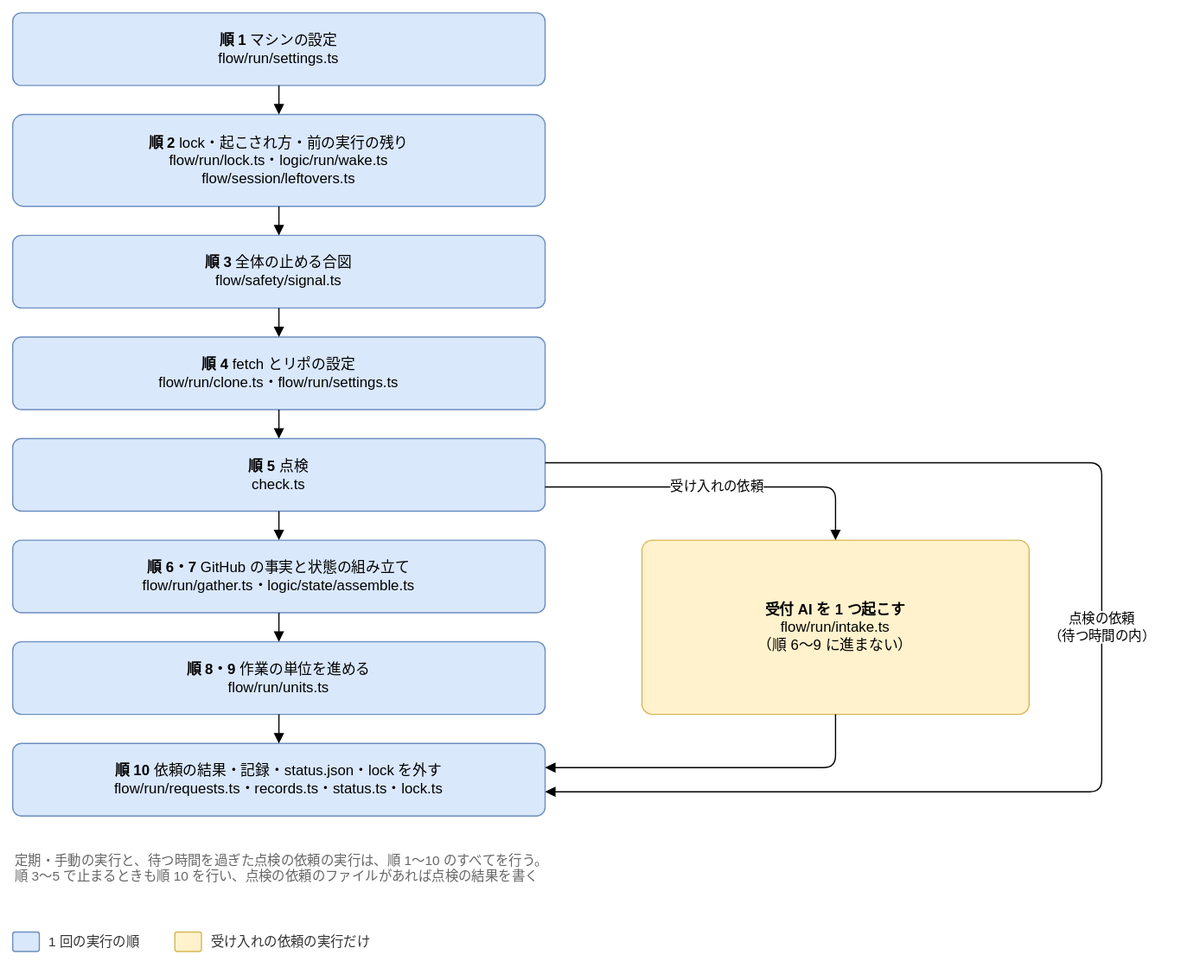
This is docs/design/detailed/diagrams/08-run.drawio.svg from Joymerrevent/dev-autopilot, a draw.io export, as it was before one commit. Source tidied: cells renumbered, new cells last; positions are measured from the earlier drawing's top-left corner, leaving out a move shared by most shapes. The source it was exported from:
```xml
<mxGraphModel background="#ffffff">
  <root>
    <mxCell id="0" />
    <mxCell id="1" parent="0" />
    <mxCell id="2" value="&lt;b&gt;順 1&lt;/b&gt; マシンの設定&lt;br&gt;flow/run/settings.ts" style="rounded=1;whiteSpace=wrap;html=1;fontSize=12;arcSize=12;spacing=12;fillColor=#dae8fc;strokeColor=#6c8ebf;" parent="1" vertex="1">
      <mxGeometry width="440" height="60" as="geometry" />
    </mxCell>
    <mxCell id="3" value="&lt;b&gt;順 2&lt;/b&gt; lock・起こされ方・前の実行の残り&lt;br&gt;flow/run/lock.ts・logic/run/wake.ts&lt;br&gt;flow/session/leftovers.ts" style="rounded=1;whiteSpace=wrap;html=1;fontSize=12;arcSize=12;spacing=12;fillColor=#dae8fc;strokeColor=#6c8ebf;" parent="1" vertex="1">
      <mxGeometry y="84" width="440" height="76" as="geometry" />
    </mxCell>
    <mxCell id="4" style="edgeStyle=orthogonalEdgeStyle;rounded=1;html=1;endArrow=block;endFill=1;fontSize=11;labelBackgroundColor=#ffffff;exitX=0.5;exitY=1;exitDx=0;exitDy=0;entryX=0.5;entryY=0;entryDx=0;entryDy=0;" parent="1" edge="1" source="2" target="3">
      <mxGeometry relative="1" as="geometry" />
    </mxCell>
    <mxCell id="5" value="&lt;b&gt;順 3&lt;/b&gt; 全体の止める合図&lt;br&gt;flow/safety/signal.ts" style="rounded=1;whiteSpace=wrap;html=1;fontSize=12;arcSize=12;spacing=12;fillColor=#dae8fc;strokeColor=#6c8ebf;" parent="1" vertex="1">
      <mxGeometry y="184" width="440" height="60" as="geometry" />
    </mxCell>
    <mxCell id="6" style="edgeStyle=orthogonalEdgeStyle;rounded=1;html=1;endArrow=block;endFill=1;fontSize=11;labelBackgroundColor=#ffffff;exitX=0.5;exitY=1;exitDx=0;exitDy=0;entryX=0.5;entryY=0;entryDx=0;entryDy=0;" parent="1" edge="1" source="3" target="5">
      <mxGeometry relative="1" as="geometry" />
    </mxCell>
    <mxCell id="7" value="&lt;b&gt;順 4&lt;/b&gt; fetch とリポの設定&lt;br&gt;flow/run/clone.ts・flow/run/settings.ts" style="rounded=1;whiteSpace=wrap;html=1;fontSize=12;arcSize=12;spacing=12;fillColor=#dae8fc;strokeColor=#6c8ebf;" parent="1" vertex="1">
      <mxGeometry y="268" width="440" height="60" as="geometry" />
    </mxCell>
    <mxCell id="8" style="edgeStyle=orthogonalEdgeStyle;rounded=1;html=1;endArrow=block;endFill=1;fontSize=11;labelBackgroundColor=#ffffff;exitX=0.5;exitY=1;exitDx=0;exitDy=0;entryX=0.5;entryY=0;entryDx=0;entryDy=0;" parent="1" edge="1" source="5" target="7">
      <mxGeometry relative="1" as="geometry" />
    </mxCell>
    <mxCell id="9" value="&lt;b&gt;順 5&lt;/b&gt; 点検&lt;br&gt;check.ts" style="rounded=1;whiteSpace=wrap;html=1;fontSize=12;arcSize=12;spacing=12;fillColor=#dae8fc;strokeColor=#6c8ebf;" parent="1" vertex="1">
      <mxGeometry y="352" width="440" height="60" as="geometry" />
    </mxCell>
    <mxCell id="10" style="edgeStyle=orthogonalEdgeStyle;rounded=1;html=1;endArrow=block;endFill=1;fontSize=11;labelBackgroundColor=#ffffff;exitX=0.5;exitY=1;exitDx=0;exitDy=0;entryX=0.5;entryY=0;entryDx=0;entryDy=0;" parent="1" edge="1" source="7" target="9">
      <mxGeometry relative="1" as="geometry" />
    </mxCell>
    <mxCell id="11" value="&lt;b&gt;順 6・7&lt;/b&gt; GitHub の事実と状態の組み立て&lt;br&gt;flow/run/gather.ts・logic/state/assemble.ts" style="rounded=1;whiteSpace=wrap;html=1;fontSize=12;arcSize=12;spacing=12;fillColor=#dae8fc;strokeColor=#6c8ebf;" parent="1" vertex="1">
      <mxGeometry y="436" width="440" height="60" as="geometry" />
    </mxCell>
    <mxCell id="12" style="edgeStyle=orthogonalEdgeStyle;rounded=1;html=1;endArrow=block;endFill=1;fontSize=11;labelBackgroundColor=#ffffff;exitX=0.5;exitY=1;exitDx=0;exitDy=0;entryX=0.5;entryY=0;entryDx=0;entryDy=0;" parent="1" edge="1" source="9" target="11">
      <mxGeometry relative="1" as="geometry" />
    </mxCell>
    <mxCell id="13" value="&lt;b&gt;順 8・9&lt;/b&gt; 作業の単位を進める&lt;br&gt;flow/run/units.ts" style="rounded=1;whiteSpace=wrap;html=1;fontSize=12;arcSize=12;spacing=12;fillColor=#dae8fc;strokeColor=#6c8ebf;" parent="1" vertex="1">
      <mxGeometry y="520" width="440" height="60" as="geometry" />
    </mxCell>
    <mxCell id="14" style="edgeStyle=orthogonalEdgeStyle;rounded=1;html=1;endArrow=block;endFill=1;fontSize=11;labelBackgroundColor=#ffffff;exitX=0.5;exitY=1;exitDx=0;exitDy=0;entryX=0.5;entryY=0;entryDx=0;entryDy=0;" parent="1" edge="1" source="11" target="13">
      <mxGeometry relative="1" as="geometry" />
    </mxCell>
    <mxCell id="15" value="&lt;b&gt;順 10&lt;/b&gt; 依頼の結果・記録・status.json・lock を外す&lt;br&gt;flow/run/requests.ts・records.ts・status.ts・lock.ts" style="rounded=1;whiteSpace=wrap;html=1;fontSize=12;arcSize=12;spacing=12;fillColor=#dae8fc;strokeColor=#6c8ebf;" parent="1" vertex="1">
      <mxGeometry y="604" width="440" height="60" as="geometry" />
    </mxCell>
    <mxCell id="16" style="edgeStyle=orthogonalEdgeStyle;rounded=1;html=1;endArrow=block;endFill=1;fontSize=11;labelBackgroundColor=#ffffff;exitX=0.5;exitY=1;exitDx=0;exitDy=0;entryX=0.5;entryY=0;entryDx=0;entryDy=0;" parent="1" edge="1" source="13" target="15">
      <mxGeometry relative="1" as="geometry" />
    </mxCell>
    <mxCell id="17" value="&lt;b&gt;受付 AI を 1 つ起こす&lt;/b&gt;&lt;br&gt;flow/run/intake.ts&lt;br&gt;（順 6〜9 に進まない）" style="rounded=1;whiteSpace=wrap;html=1;fontSize=12;arcSize=12;spacing=12;fillColor=#fff2cc;strokeColor=#d6b656;arcSize=6;" parent="1" vertex="1">
      <mxGeometry x="520" y="436" width="320" height="144" as="geometry" />
    </mxCell>
    <mxCell id="18" value="受け入れの依頼" style="edgeStyle=orthogonalEdgeStyle;rounded=1;html=1;endArrow=block;endFill=1;fontSize=11;labelBackgroundColor=#ffffff;exitX=1;exitY=0.6666666666666666;exitDx=0;exitDy=0;entryX=0.5;entryY=0;entryDx=0;entryDy=0;" parent="1" edge="1" source="9" target="17">
      <mxGeometry relative="1" as="geometry">
        <Array as="points">
          <mxPoint x="680" y="392" />
        </Array>
      </mxGeometry>
    </mxCell>
    <mxCell id="19" style="edgeStyle=orthogonalEdgeStyle;rounded=1;html=1;endArrow=block;endFill=1;fontSize=11;labelBackgroundColor=#ffffff;exitX=0.5;exitY=1;exitDx=0;exitDy=0;entryX=1;entryY=0.3333333333333333;entryDx=0;entryDy=0;" parent="1" edge="1" source="17" target="15">
      <mxGeometry relative="1" as="geometry">
        <Array as="points">
          <mxPoint x="680" y="624" />
        </Array>
      </mxGeometry>
    </mxCell>
    <mxCell id="20" value="点検の依頼&lt;br&gt;（待つ時間の内）" style="edgeStyle=orthogonalEdgeStyle;rounded=1;html=1;endArrow=block;endFill=1;fontSize=11;labelBackgroundColor=#ffffff;exitX=1;exitY=0.3333333333333333;exitDx=0;exitDy=0;entryX=1;entryY=0.6666666666666666;entryDx=0;entryDy=0;" parent="1" edge="1" source="9" target="15">
      <mxGeometry relative="1" as="geometry">
        <Array as="points">
          <mxPoint x="900" y="372" />
          <mxPoint x="900" y="644" />
        </Array>
      </mxGeometry>
    </mxCell>
    <mxCell id="21" value="定期・手動の実行と、待つ時間を過ぎた点検の依頼の実行は、順 1〜10 のすべてを行う。&lt;br&gt;順 3〜5 で止まるときも順 10 を行い、点検の依頼のファイルがあれば点検の結果を書く" style="text;html=1;whiteSpace=wrap;align=left;verticalAlign=top;fontSize=11;fontColor=#666666;" parent="1" vertex="1">
      <mxGeometry y="688" width="920" height="56" as="geometry" />
    </mxCell>
    <mxCell id="22" style="rounded=1;whiteSpace=wrap;html=1;fontSize=12;arcSize=12;spacing=12;fillColor=#dae8fc;strokeColor=#6c8ebf;" parent="1" vertex="1">
      <mxGeometry y="760" width="22" height="16" as="geometry" />
    </mxCell>
    <mxCell id="23" value="1 回の実行の順" style="text;html=1;align=left;verticalAlign=middle;fontSize=11;fontColor=#333333;" parent="1" vertex="1">
      <mxGeometry x="28" y="758" width="90" height="20" as="geometry" />
    </mxCell>
    <mxCell id="24" style="rounded=1;whiteSpace=wrap;html=1;fontSize=12;arcSize=12;spacing=12;fillColor=#fff2cc;strokeColor=#d6b656;" parent="1" vertex="1">
      <mxGeometry x="134" y="760" width="22" height="16" as="geometry" />
    </mxCell>
    <mxCell id="25" value="受け入れの依頼の実行だけ" style="text;html=1;align=left;verticalAlign=middle;fontSize=11;fontColor=#333333;" parent="1" vertex="1">
      <mxGeometry x="162" y="758" width="150" height="20" as="geometry" />
    </mxCell>
  </root>
</mxGraphModel>
```
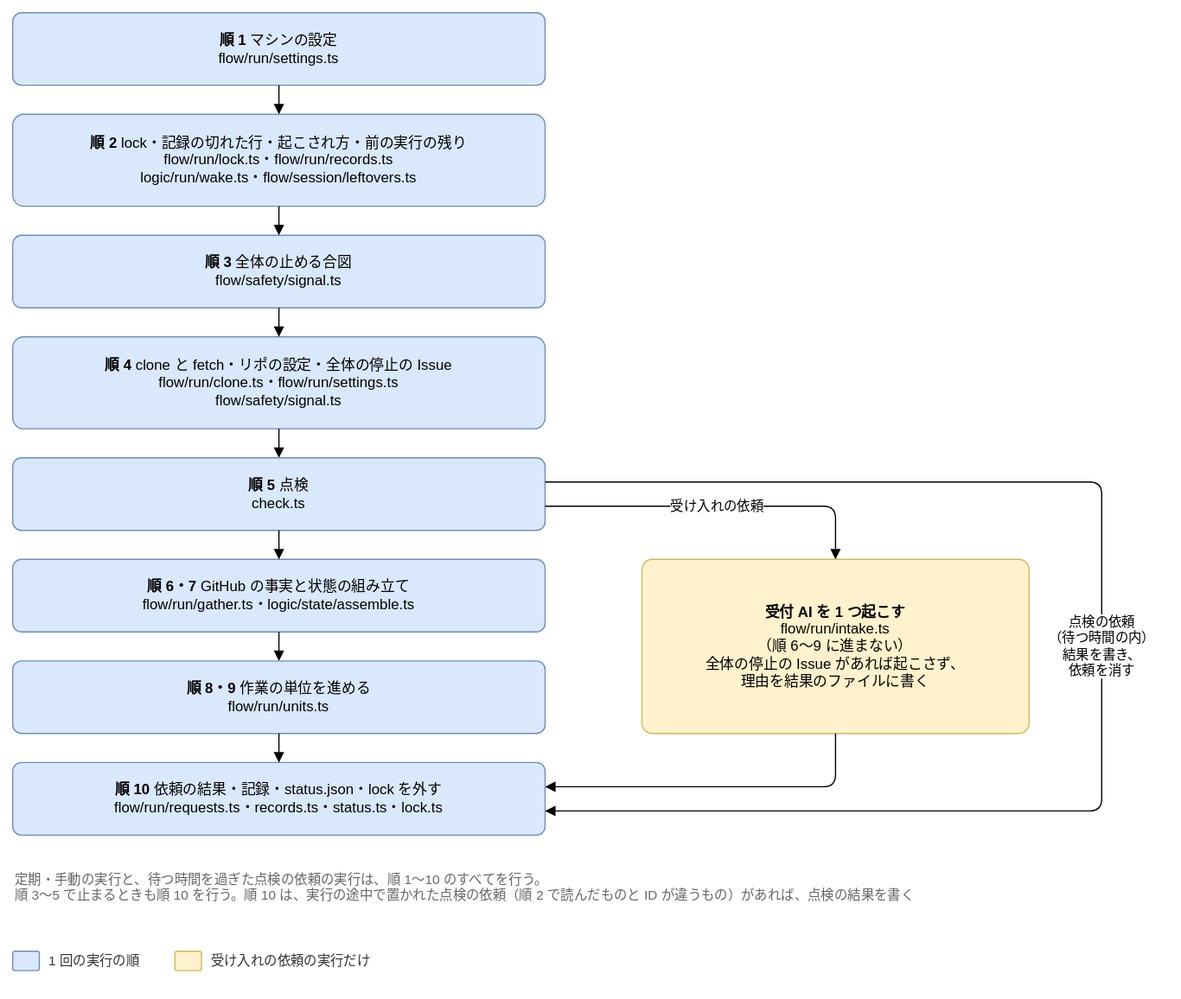
After the change.

Commit message:
docs(design): 08 の 1 回の実行の図と作業の単位の見直しの図を、直した表に合わせる

08-flow.md の表の直しを、図 08-run と 08-units に写す。

- 08-run：順 2 に記録の切れた行（G2 H-14）、順 4 に clone と全体の停止の Issue
  （M-75・M-78）、受付 AI を全体の停止の Issue で起こさないこと（H-1）、点検の依頼の
  結果を順 5 で書くこと（M-79）
- 08-units：next.ts に渡す値（M-88）、同じ工程を 2 回目に選んだら終えること（M-89）、
  実行を終える理由を見ること（M-80）

Claude-Session: https://claude.ai/code/session_01LvmXQN14Y95msvojZ6hWNP

What changed in the source:
```diff
@@ -3,22 +3,22 @@
     <mxCell id="0" />
     <mxCell id="1" parent="0" />
     <mxCell id="2" value="&lt;b&gt;順 1&lt;/b&gt; マシンの設定&lt;br&gt;flow/run/settings.ts" style="rounded=1;whiteSpace=wrap;html=1;fontSize=12;arcSize=12;spacing=12;fillColor=#dae8fc;strokeColor=#6c8ebf;" parent="1" vertex="1">
-      <mxGeometry width="440" height="60" as="geometry" />
+      <mxGeometry y="-16" width="440" height="60" as="geometry" />
     </mxCell>
-    <mxCell id="3" value="&lt;b&gt;順 2&lt;/b&gt; lock・起こされ方・前の実行の残り&lt;br&gt;flow/run/lock.ts・logic/run/wake.ts&lt;br&gt;flow/session/leftovers.ts" style="rounded=1;whiteSpace=wrap;html=1;fontSize=12;arcSize=12;spacing=12;fillColor=#dae8fc;strokeColor=#6c8ebf;" parent="1" vertex="1">
-      <mxGeometry y="84" width="440" height="76" as="geometry" />
+    <mxCell id="3" value="&lt;b&gt;順 2&lt;/b&gt; lock・記録の切れた行・起こされ方・前の実行の残り&lt;br&gt;flow/run/lock.ts・flow/run/records.ts&lt;br&gt;logic/run/wake.ts・flow/session/leftovers.ts" style="rounded=1;whiteSpace=wrap;html=1;fontSize=12;arcSize=12;spacing=12;fillColor=#dae8fc;strokeColor=#6c8ebf;" parent="1" vertex="1">
+      <mxGeometry y="68" width="440" height="76" as="geometry" />
     </mxCell>
     <mxCell id="4" style="edgeStyle=orthogonalEdgeStyle;rounded=1;html=1;endArrow=block;endFill=1;fontSize=11;labelBackgroundColor=#ffffff;exitX=0.5;exitY=1;exitDx=0;exitDy=0;entryX=0.5;entryY=0;entryDx=0;entryDy=0;" parent="1" edge="1" source="2" target="3">
       <mxGeometry relative="1" as="geometry" />
     </mxCell>
     <mxCell id="5" value="&lt;b&gt;順 3&lt;/b&gt; 全体の止める合図&lt;br&gt;flow/safety/signal.ts" style="rounded=1;whiteSpace=wrap;html=1;fontSize=12;arcSize=12;spacing=12;fillColor=#dae8fc;strokeColor=#6c8ebf;" parent="1" vertex="1">
-      <mxGeometry y="184" width="440" height="60" as="geometry" />
+      <mxGeometry y="168" width="440" height="60" as="geometry" />
     </mxCell>
     <mxCell id="6" style="edgeStyle=orthogonalEdgeStyle;rounded=1;html=1;endArrow=block;endFill=1;fontSize=11;labelBackgroundColor=#ffffff;exitX=0.5;exitY=1;exitDx=0;exitDy=0;entryX=0.5;entryY=0;entryDx=0;entryDy=0;" parent="1" edge="1" source="3" target="5">
       <mxGeometry relative="1" as="geometry" />
     </mxCell>
-    <mxCell id="7" value="&lt;b&gt;順 4&lt;/b&gt; fetch とリポの設定&lt;br&gt;flow/run/clone.ts・flow/run/settings.ts" style="rounded=1;whiteSpace=wrap;html=1;fontSize=12;arcSize=12;spacing=12;fillColor=#dae8fc;strokeColor=#6c8ebf;" parent="1" vertex="1">
-      <mxGeometry y="268" width="440" height="60" as="geometry" />
+    <mxCell id="7" value="&lt;b&gt;順 4&lt;/b&gt; clone と fetch・リポの設定・全体の停止の Issue&lt;br&gt;flow/run/clone.ts・flow/run/settings.ts&lt;br&gt;flow/safety/signal.ts" style="rounded=1;whiteSpace=wrap;html=1;fontSize=12;arcSize=12;spacing=12;fillColor=#dae8fc;strokeColor=#6c8ebf;" parent="1" vertex="1">
+      <mxGeometry y="252" width="440" height="76" as="geometry" />
     </mxCell>
     <mxCell id="8" style="edgeStyle=orthogonalEdgeStyle;rounded=1;html=1;endArrow=block;endFill=1;fontSize=11;labelBackgroundColor=#ffffff;exitX=0.5;exitY=1;exitDx=0;exitDy=0;entryX=0.5;entryY=0;entryDx=0;entryDy=0;" parent="1" edge="1" source="5" target="7">
       <mxGeometry relative="1" as="geometry" />
@@ -47,7 +47,7 @@
     <mxCell id="16" style="edgeStyle=orthogonalEdgeStyle;rounded=1;html=1;endArrow=block;endFill=1;fontSize=11;labelBackgroundColor=#ffffff;exitX=0.5;exitY=1;exitDx=0;exitDy=0;entryX=0.5;entryY=0;entryDx=0;entryDy=0;" parent="1" edge="1" source="13" target="15">
       <mxGeometry relative="1" as="geometry" />
     </mxCell>
-    <mxCell id="17" value="&lt;b&gt;受付 AI を 1 つ起こす&lt;/b&gt;&lt;br&gt;flow/run/intake.ts&lt;br&gt;（順 6〜9 に進まない）" style="rounded=1;whiteSpace=wrap;html=1;fontSize=12;arcSize=12;spacing=12;fillColor=#fff2cc;strokeColor=#d6b656;arcSize=6;" parent="1" vertex="1">
+    <mxCell id="17" value="&lt;b&gt;受付 AI を 1 つ起こす&lt;/b&gt;&lt;br&gt;flow/run/intake.ts&lt;br&gt;（順 6〜9 に進まない）&lt;br&gt;全体の停止の Issue があれば起こさず、&lt;br&gt;理由を結果のファイルに書く" style="rounded=1;whiteSpace=wrap;html=1;fontSize=12;arcSize=12;spacing=12;fillColor=#fff2cc;strokeColor=#d6b656;arcSize=6;" parent="1" vertex="1">
       <mxGeometry x="520" y="436" width="320" height="144" as="geometry" />
     </mxCell>
     <mxCell id="18" value="受け入れの依頼" style="edgeStyle=orthogonalEdgeStyle;rounded=1;html=1;endArrow=block;endFill=1;fontSize=11;labelBackgroundColor=#ffffff;exitX=1;exitY=0.6666666666666666;exitDx=0;exitDy=0;entryX=0.5;entryY=0;entryDx=0;entryDy=0;" parent="1" edge="1" source="9" target="17">
@@ -64,7 +64,7 @@
         </Array>
       </mxGeometry>
     </mxCell>
-    <mxCell id="20" value="点検の依頼&lt;br&gt;（待つ時間の内）" style="edgeStyle=orthogonalEdgeStyle;rounded=1;html=1;endArrow=block;endFill=1;fontSize=11;labelBackgroundColor=#ffffff;exitX=1;exitY=0.3333333333333333;exitDx=0;exitDy=0;entryX=1;entryY=0.6666666666666666;entryDx=0;entryDy=0;" parent="1" edge="1" source="9" target="15">
+    <mxCell id="20" value="点検の依頼&lt;br&gt;（待つ時間の内）&lt;br&gt;結果を書き、&lt;br&gt;依頼を消す" style="edgeStyle=orthogonalEdgeStyle;rounded=1;html=1;endArrow=block;endFill=1;fontSize=11;labelBackgroundColor=#ffffff;exitX=1;exitY=0.3333333333333333;exitDx=0;exitDy=0;entryX=1;entryY=0.6666666666666666;entryDx=0;entryDy=0;" parent="1" edge="1" source="9" target="15">
       <mxGeometry relative="1" as="geometry">
         <Array as="points">
           <mxPoint x="900" y="372" />
@@ -72,7 +72,7 @@
         </Array>
       </mxGeometry>
     </mxCell>
-    <mxCell id="21" value="定期・手動の実行と、待つ時間を過ぎた点検の依頼の実行は、順 1〜10 のすべてを行う。&lt;br&gt;順 3〜5 で止まるときも順 10 を行い、点検の依頼のファイルがあれば点検の結果を書く" style="text;html=1;whiteSpace=wrap;align=left;verticalAlign=top;fontSize=11;fontColor=#666666;" parent="1" vertex="1">
+    <mxCell id="21" value="定期・手動の実行と、待つ時間を過ぎた点検の依頼の実行は、順 1〜10 のすべてを行う。&lt;br&gt;順 3〜5 で止まるときも順 10 を行う。順 10 は、実行の途中で置かれた点検の依頼（順 2 で読んだものと ID が違うもの）があれば、点検の結果を書く" style="text;html=1;whiteSpace=wrap;align=left;verticalAlign=top;fontSize=11;fontColor=#666666;" parent="1" vertex="1">
       <mxGeometry y="688" width="920" height="56" as="geometry" />
     </mxCell>
     <mxCell id="22" style="rounded=1;whiteSpace=wrap;html=1;fontSize=12;arcSize=12;spacing=12;fillColor=#dae8fc;strokeColor=#6c8ebf;" parent="1" vertex="1">
```
